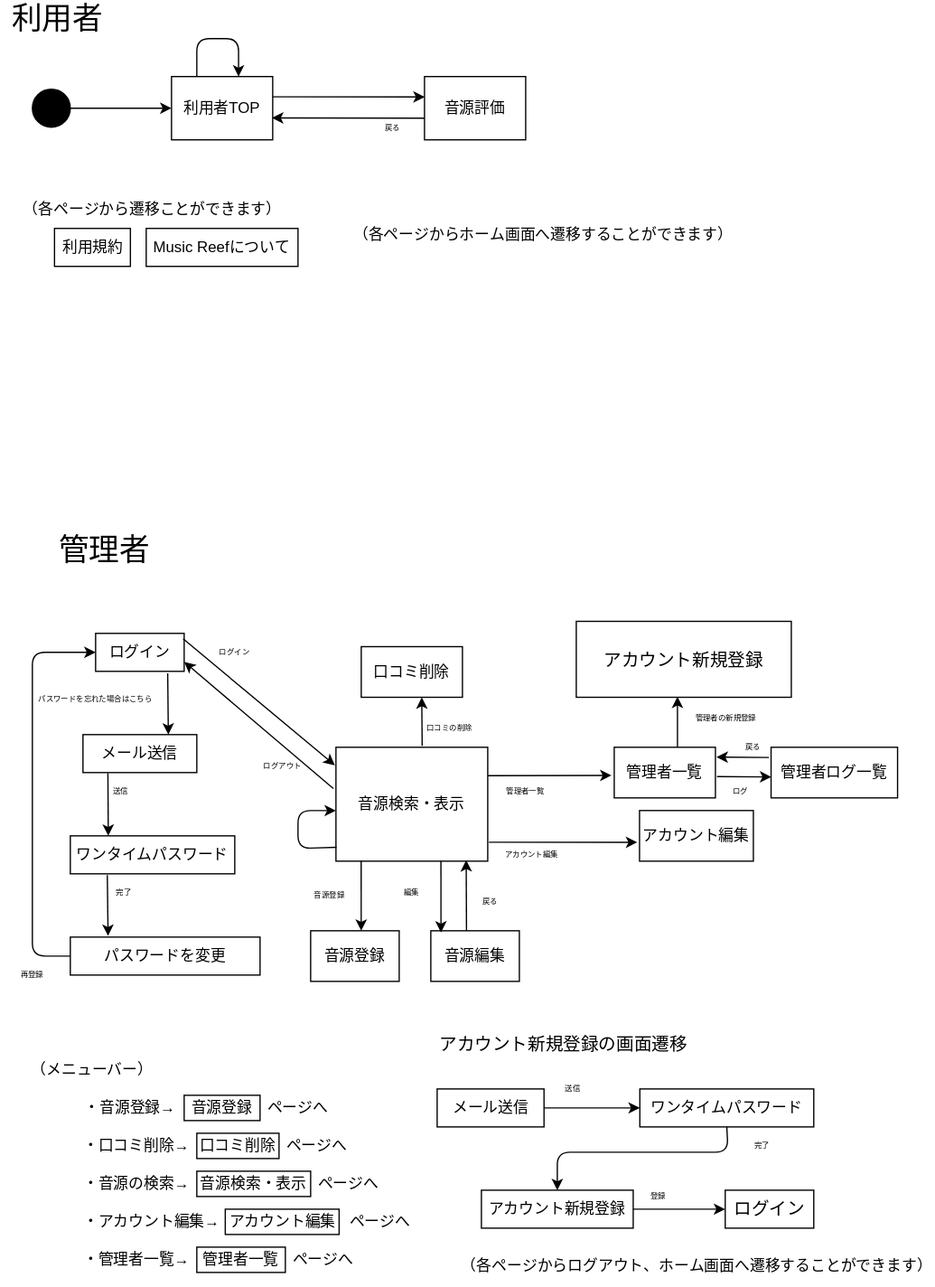
Above: ab.drawio.svg in IshiYoshi765/uml-introduction (draw.io), before the change. Source tidied: cells renumbered, new cells last; positions are measured from the earlier drawing's top-left corner, leaving out a move shared by most shapes.
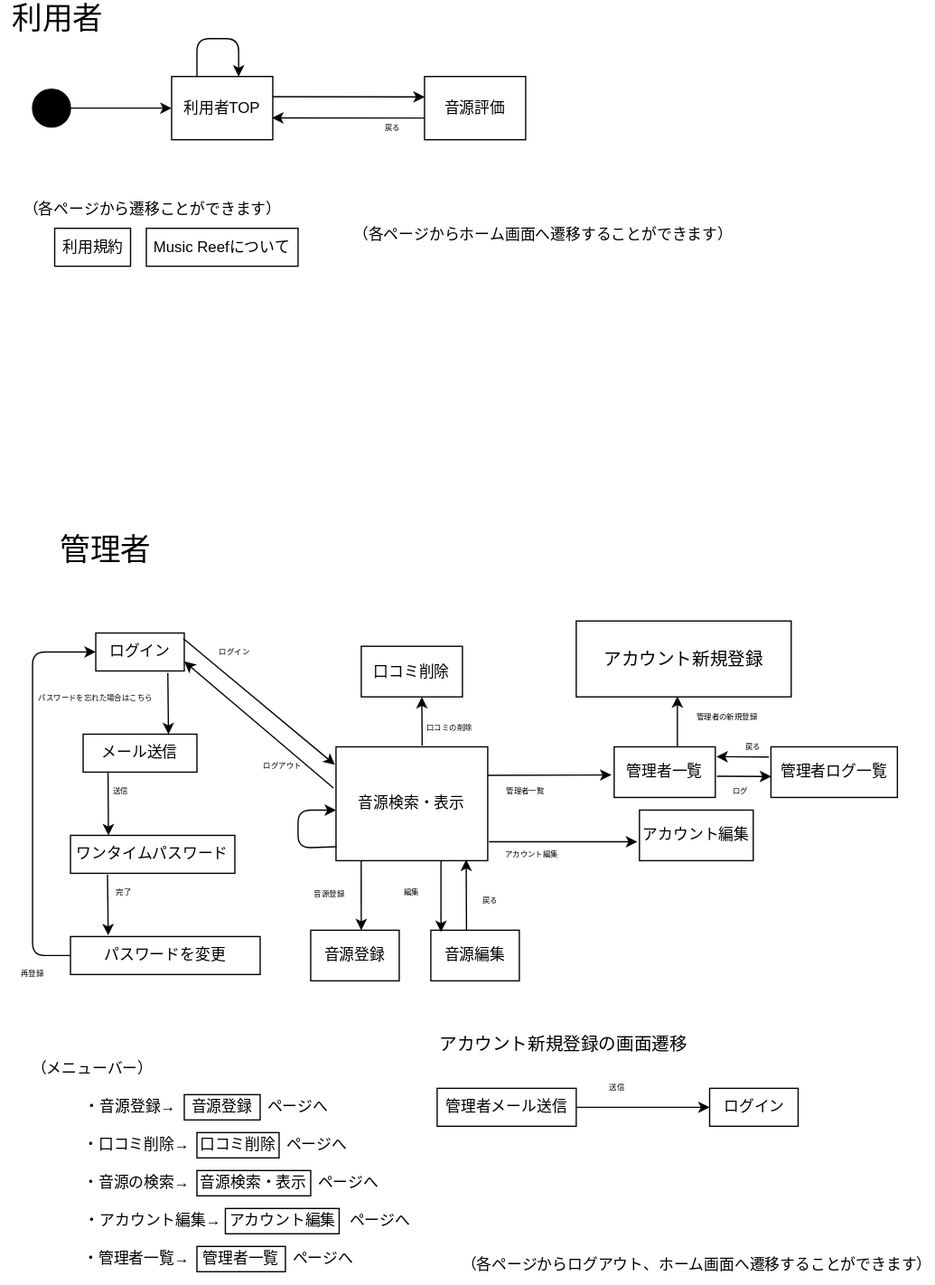
After the commit.

The edit, as a diff of the source:
```diff
@@ -241,41 +241,15 @@
     <mxCell id="73" value="&lt;font style=&quot;font-size: 14px;&quot;&gt;アカウント新規登録の画面遷移&lt;/font&gt;" style="text;html=1;strokeColor=none;fillColor=none;align=center;verticalAlign=middle;whiteSpace=wrap;rounded=0;" parent="1" vertex="1">
       <mxGeometry x="325" y="810" width="240" height="30" as="geometry" />
     </mxCell>
-    <mxCell id="74" value="アカウント新規登録" style="rounded=0;whiteSpace=wrap;html=1;" parent="1" vertex="1">
-      <mxGeometry x="380" y="940" width="120" height="30" as="geometry" />
-    </mxCell>
-    <mxCell id="75" value="メール送信" style="rounded=0;whiteSpace=wrap;html=1;" parent="1" vertex="1">
-      <mxGeometry x="345" y="860" width="84.5" height="30" as="geometry" />
+    <mxCell id="75" value="管理者メール送信" style="rounded=0;whiteSpace=wrap;html=1;" parent="1" vertex="1">
+      <mxGeometry x="345" y="860" width="110" height="30" as="geometry" />
     </mxCell>
-    <mxCell id="76" value="ワンタイムパスワード" style="rounded=0;whiteSpace=wrap;html=1;" parent="1" vertex="1">
-      <mxGeometry x="505.2" y="860" width="137.5" height="30" as="geometry" />
-    </mxCell>
-    <mxCell id="77" style="endArrow=classic;html=1;fontSize=14;exitX=1;exitY=0.5;exitDx=0;exitDy=0;entryX=0;entryY=0.5;entryDx=0;entryDy=0;" parent="1" edge="1" source="75" target="76">
+    <mxCell id="77" style="endArrow=classic;html=1;fontSize=14;exitX=1;exitY=0.5;exitDx=0;exitDy=0;entryX=0;entryY=0.5;entryDx=0;entryDy=0;" parent="1" edge="1" source="75" target="80">
       <mxGeometry relative="1" as="geometry" />
     </mxCell>
-    <mxCell id="78" style="endArrow=classic;html=1;fontSize=14;exitX=0.5;exitY=1;exitDx=0;exitDy=0;entryX=0.5;entryY=0;entryDx=0;entryDy=0;" parent="1" edge="1" source="76" target="74">
-      <mxGeometry relative="1" as="geometry">
-        <Array as="points">
-          <mxPoint x="575" y="910" />
-          <mxPoint x="440" y="910" />
-        </Array>
-      </mxGeometry>
-    </mxCell>
-    <mxCell id="79" style="endArrow=classic;html=1;fontSize=14;exitX=1;exitY=0.5;exitDx=0;exitDy=0;entryX=0;entryY=0.5;entryDx=0;entryDy=0;" parent="1" edge="1" source="74" target="80">
-      <mxGeometry relative="1" as="geometry" />
-    </mxCell>
-    <mxCell id="80" value="ログイン" style="rounded=0;whiteSpace=wrap;html=1;fontSize=14;" parent="1" vertex="1">
-      <mxGeometry x="572.8" y="940" width="70" height="30" as="geometry" />
-    </mxCell>
     <mxCell id="81" value="送信" style="text;html=1;strokeColor=none;fillColor=none;align=center;verticalAlign=middle;whiteSpace=wrap;rounded=0;fontSize=6;" parent="1" vertex="1">
-      <mxGeometry x="440" y="855" width="25" height="10" as="geometry" />
+      <mxGeometry x="475" y="855" width="25" height="10" as="geometry" />
     </mxCell>
-    <mxCell id="82" value="完了" style="text;html=1;strokeColor=none;fillColor=none;align=center;verticalAlign=middle;whiteSpace=wrap;rounded=0;fontSize=6;" parent="1" vertex="1">
-      <mxGeometry x="587.5" y="900" width="27.5" height="10" as="geometry" />
-    </mxCell>
-    <mxCell id="83" value="登録" style="text;html=1;strokeColor=none;fillColor=none;align=center;verticalAlign=middle;whiteSpace=wrap;rounded=0;fontSize=6;" parent="1" vertex="1">
-      <mxGeometry x="505" y="940" width="30" height="10" as="geometry" />
-    </mxCell>
     <mxCell id="84" value="アカウント新規登録" style="rounded=0;whiteSpace=wrap;html=1;fontSize=14;" parent="1" vertex="1">
       <mxGeometry x="455" y="490.5" width="170" height="60" as="geometry" />
     </mxCell>
@@ -285,5 +259,8 @@
     <mxCell id="86" value="&lt;font style=&quot;font-size: 6px;&quot;&gt;戻る&lt;/font&gt;" style="text;html=1;strokeColor=none;fillColor=none;align=center;verticalAlign=middle;whiteSpace=wrap;rounded=0;" parent="1" vertex="1">
       <mxGeometry x="367.2" y="700" width="40" height="20" as="geometry" />
     </mxCell>
+    <mxCell id="80" value="ログイン" style="rounded=0;whiteSpace=wrap;html=1;" parent="1" vertex="1">
+      <mxGeometry x="560.5" y="860" width="70" height="30" as="geometry" />
+    </mxCell>
   </root>
 </mxGraphModel>
```
